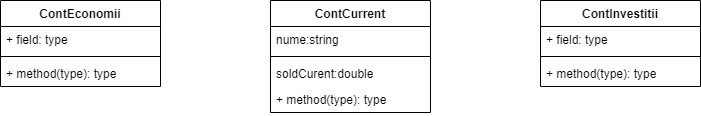
Earlier version of the draw.io export Cont.drawio.png (AdinaSerediuc/Lab6Prob). Source tidied: cells renumbered, new cells last; positions are measured from the earlier drawing's top-left corner, leaving out a move shared by most shapes.
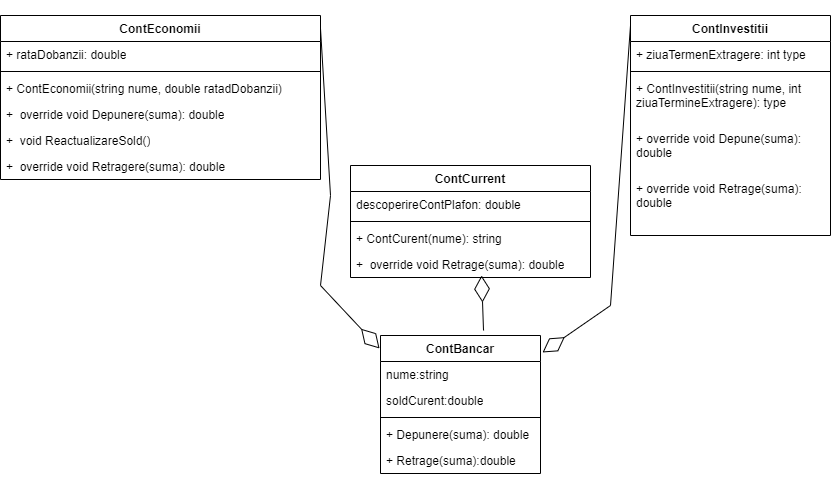
The same file after the commit.

What changed in the source:
```diff
@@ -3,43 +3,96 @@
     <mxCell id="0" />
     <mxCell id="1" parent="0" />
     <mxCell id="2" value="ContEconomii" style="swimlane;fontStyle=1;align=center;verticalAlign=top;horizontal=1;startSize=26;whiteSpace=wrap;html=1;" parent="1" vertex="1">
-      <mxGeometry width="160" height="86" as="geometry" />
+      <mxGeometry x="-50" y="-80" width="320" height="164" as="geometry" />
     </mxCell>
-    <mxCell id="3" value="+ field: type" style="text;strokeColor=none;fillColor=none;align=left;verticalAlign=top;spacingLeft=4;spacingRight=4;overflow=hidden;whiteSpace=wrap;html=1;" parent="2" vertex="1">
-      <mxGeometry y="26" width="160" height="26" as="geometry" />
+    <mxCell id="3" value="+ rataDobanzii: double" style="text;strokeColor=none;fillColor=none;align=left;verticalAlign=top;spacingLeft=4;spacingRight=4;overflow=hidden;whiteSpace=wrap;html=1;" parent="2" vertex="1">
+      <mxGeometry y="26" width="320" height="26" as="geometry" />
     </mxCell>
     <mxCell id="4" style="line;strokeWidth=1;fillColor=none;align=left;verticalAlign=middle;spacingTop=-1;spacingLeft=3;spacingRight=3;labelPosition=right;strokeColor=inherit;" parent="2" vertex="1">
-      <mxGeometry y="52" width="160" height="8" as="geometry" />
+      <mxGeometry y="52" width="320" height="8" as="geometry" />
     </mxCell>
-    <mxCell id="5" value="+ method(type): type" style="text;strokeColor=none;fillColor=none;align=left;verticalAlign=top;spacingLeft=4;spacingRight=4;overflow=hidden;whiteSpace=wrap;html=1;" parent="2" vertex="1">
-      <mxGeometry y="60" width="160" height="26" as="geometry" />
+    <mxCell id="5" value="+ ContEconomii(string nume, double ratadDobanzii)" style="text;strokeColor=none;fillColor=none;align=left;verticalAlign=top;spacingLeft=4;spacingRight=4;overflow=hidden;whiteSpace=wrap;html=1;" parent="2" vertex="1">
+      <mxGeometry y="60" width="320" height="26" as="geometry" />
     </mxCell>
+    <mxCell id="15" value="+&amp;nbsp; override void Depunere(suma): double" style="text;strokeColor=none;fillColor=none;align=left;verticalAlign=top;spacingLeft=4;spacingRight=4;overflow=hidden;whiteSpace=wrap;html=1;" parent="2" vertex="1">
+      <mxGeometry y="86" width="320" height="26" as="geometry" />
+    </mxCell>
+    <mxCell id="16" value="+&amp;nbsp; void ReactualizareSold()" style="text;strokeColor=none;fillColor=none;align=left;verticalAlign=top;spacingLeft=4;spacingRight=4;overflow=hidden;whiteSpace=wrap;html=1;" parent="2" vertex="1">
+      <mxGeometry y="112" width="320" height="26" as="geometry" />
+    </mxCell>
+    <mxCell id="17" value="+&amp;nbsp; override void Retragere(suma): double" style="text;strokeColor=none;fillColor=none;align=left;verticalAlign=top;spacingLeft=4;spacingRight=4;overflow=hidden;whiteSpace=wrap;html=1;" parent="2" vertex="1">
+      <mxGeometry y="138" width="320" height="26" as="geometry" />
+    </mxCell>
     <mxCell id="6" value="ContCurrent" style="swimlane;fontStyle=1;align=center;verticalAlign=top;horizontal=1;startSize=26;whiteSpace=wrap;html=1;" parent="1" vertex="1">
-      <mxGeometry x="270" width="160" height="112" as="geometry" />
+      <mxGeometry x="300" y="70" width="240" height="112" as="geometry" />
     </mxCell>
-    <mxCell id="7" value="nume:string" style="text;strokeColor=none;fillColor=none;align=left;verticalAlign=top;spacingLeft=4;spacingRight=4;overflow=hidden;whiteSpace=wrap;html=1;" parent="6" vertex="1">
-      <mxGeometry y="26" width="160" height="26" as="geometry" />
+    <mxCell id="7" value="descoperireContPlafon: double" style="text;strokeColor=none;fillColor=none;align=left;verticalAlign=top;spacingLeft=4;spacingRight=4;overflow=hidden;whiteSpace=wrap;html=1;" parent="6" vertex="1">
+      <mxGeometry y="26" width="240" height="26" as="geometry" />
     </mxCell>
     <mxCell id="8" style="line;strokeWidth=1;fillColor=none;align=left;verticalAlign=middle;spacingTop=-1;spacingLeft=3;spacingRight=3;labelPosition=right;strokeColor=inherit;" parent="6" vertex="1">
-      <mxGeometry y="52" width="160" height="8" as="geometry" />
+      <mxGeometry y="52" width="240" height="8" as="geometry" />
     </mxCell>
-    <mxCell id="9" value="soldCurent:double" style="text;strokeColor=none;fillColor=none;align=left;verticalAlign=top;spacingLeft=4;spacingRight=4;overflow=hidden;whiteSpace=wrap;html=1;" parent="6" vertex="1">
-      <mxGeometry y="60" width="160" height="26" as="geometry" />
-    </mxCell>
+    <mxCell id="18" value="+ ContCurent(nume): string" style="text;strokeColor=none;fillColor=none;align=left;verticalAlign=top;spacingLeft=4;spacingRight=4;overflow=hidden;whiteSpace=wrap;html=1;" parent="6" vertex="1">
+      <mxGeometry y="60" width="240" height="26" as="geometry" />
+    </mxCell>
-    <mxCell id="10" value="+ method(type): type" style="text;strokeColor=none;fillColor=none;align=left;verticalAlign=top;spacingLeft=4;spacingRight=4;overflow=hidden;whiteSpace=wrap;html=1;" parent="6" vertex="1">
-      <mxGeometry y="86" width="160" height="26" as="geometry" />
+    <mxCell id="10" value="+&amp;nbsp; override void Retrage(suma): double" style="text;strokeColor=none;fillColor=none;align=left;verticalAlign=top;spacingLeft=4;spacingRight=4;overflow=hidden;whiteSpace=wrap;html=1;" parent="6" vertex="1">
+      <mxGeometry y="86" width="240" height="26" as="geometry" />
     </mxCell>
     <mxCell id="11" value="ContInvestitii" style="swimlane;fontStyle=1;align=center;verticalAlign=top;horizontal=1;startSize=26;whiteSpace=wrap;html=1;" parent="1" vertex="1">
-      <mxGeometry x="540" width="160" height="86" as="geometry" />
+      <mxGeometry x="580" y="-80" width="200" height="220" as="geometry" />
     </mxCell>
-    <mxCell id="12" value="+ field: type" style="text;strokeColor=none;fillColor=none;align=left;verticalAlign=top;spacingLeft=4;spacingRight=4;overflow=hidden;whiteSpace=wrap;html=1;" parent="11" vertex="1">
-      <mxGeometry y="26" width="160" height="26" as="geometry" />
+    <mxCell id="12" value="+ ziuaTermenExtragere: int type" style="text;strokeColor=none;fillColor=none;align=left;verticalAlign=top;spacingLeft=4;spacingRight=4;overflow=hidden;whiteSpace=wrap;html=1;" parent="11" vertex="1">
+      <mxGeometry y="26" width="200" height="26" as="geometry" />
     </mxCell>
     <mxCell id="13" style="line;strokeWidth=1;fillColor=none;align=left;verticalAlign=middle;spacingTop=-1;spacingLeft=3;spacingRight=3;labelPosition=right;strokeColor=inherit;" parent="11" vertex="1">
-      <mxGeometry y="52" width="160" height="8" as="geometry" />
+      <mxGeometry y="52" width="200" height="8" as="geometry" />
     </mxCell>
-    <mxCell id="14" value="+ method(type): type" style="text;strokeColor=none;fillColor=none;align=left;verticalAlign=top;spacingLeft=4;spacingRight=4;overflow=hidden;whiteSpace=wrap;html=1;" parent="11" vertex="1">
-      <mxGeometry y="60" width="160" height="26" as="geometry" />
+    <mxCell id="14" value="+ ContInvestitii(string nume, int ziuaTermineExtragere): type" style="text;strokeColor=none;fillColor=none;align=left;verticalAlign=top;spacingLeft=4;spacingRight=4;overflow=hidden;whiteSpace=wrap;html=1;" parent="11" vertex="1">
+      <mxGeometry y="60" width="200" height="50" as="geometry" />
     </mxCell>
+    <mxCell id="19" value="+ override void Depune(suma): double" style="text;strokeColor=none;fillColor=none;align=left;verticalAlign=top;spacingLeft=4;spacingRight=4;overflow=hidden;whiteSpace=wrap;html=1;" parent="11" vertex="1">
+      <mxGeometry y="110" width="200" height="50" as="geometry" />
+    </mxCell>
+    <mxCell id="20" value="+ override void Retrage(suma): double" style="text;strokeColor=none;fillColor=none;align=left;verticalAlign=top;spacingLeft=4;spacingRight=4;overflow=hidden;whiteSpace=wrap;html=1;" parent="11" vertex="1">
+      <mxGeometry y="160" width="200" height="60" as="geometry" />
+    </mxCell>
+    <mxCell id="21" value="ContBancar" style="swimlane;fontStyle=1;align=center;verticalAlign=top;horizontal=1;startSize=26;whiteSpace=wrap;html=1;" parent="1" vertex="1">
+      <mxGeometry x="330" y="240" width="160" height="138" as="geometry" />
+    </mxCell>
+    <mxCell id="22" value="nume:string" style="text;strokeColor=none;fillColor=none;align=left;verticalAlign=top;spacingLeft=4;spacingRight=4;overflow=hidden;whiteSpace=wrap;html=1;" parent="21" vertex="1">
+      <mxGeometry y="26" width="160" height="26" as="geometry" />
+    </mxCell>
+    <mxCell id="9" value="soldCurent:double" style="text;strokeColor=none;fillColor=none;align=left;verticalAlign=top;spacingLeft=4;spacingRight=4;overflow=hidden;whiteSpace=wrap;html=1;" parent="21" vertex="1">
+      <mxGeometry y="52" width="160" height="26" as="geometry" />
+    </mxCell>
+    <mxCell id="23" style="line;strokeWidth=1;fillColor=none;align=left;verticalAlign=middle;spacingTop=-1;spacingLeft=3;spacingRight=3;labelPosition=right;strokeColor=inherit;" parent="21" vertex="1">
+      <mxGeometry y="78" width="160" height="8" as="geometry" />
+    </mxCell>
+    <mxCell id="24" value="+ Depunere(suma): double" style="text;strokeColor=none;fillColor=none;align=left;verticalAlign=top;spacingLeft=4;spacingRight=4;overflow=hidden;whiteSpace=wrap;html=1;" parent="21" vertex="1">
+      <mxGeometry y="86" width="160" height="26" as="geometry" />
+    </mxCell>
+    <mxCell id="25" value="+ Retrage(suma):double" style="text;strokeColor=none;fillColor=none;align=left;verticalAlign=top;spacingLeft=4;spacingRight=4;overflow=hidden;whiteSpace=wrap;html=1;" parent="21" vertex="1">
+      <mxGeometry y="112" width="160" height="26" as="geometry" />
+    </mxCell>
+    <mxCell id="26" style="endArrow=diamondThin;endFill=0;endSize=24;html=1;rounded=0;entryX=0.796;entryY=1.231;entryDx=0;entryDy=0;entryPerimeter=0;exitX=0.644;exitY=-0.036;exitDx=0;exitDy=0;exitPerimeter=0;" parent="1" edge="1" source="21">
+      <mxGeometry relative="1" as="geometry">
+        <mxPoint x="431" y="180" as="targetPoint" />
+      </mxGeometry>
+    </mxCell>
+    <mxCell id="27" style="endArrow=diamondThin;endFill=0;endSize=24;html=1;rounded=0;entryX=-0.006;entryY=0.094;entryDx=0;entryDy=0;entryPerimeter=0;exitX=1;exitY=0.079;exitDx=0;exitDy=0;exitPerimeter=0;" parent="1" edge="1" source="2" target="21">
+      <mxGeometry relative="1" as="geometry">
+        <Array as="points">
+          <mxPoint x="280" y="100" />
+          <mxPoint x="270" y="190" />
+        </Array>
+      </mxGeometry>
+    </mxCell>
+    <mxCell id="28" style="endArrow=diamondThin;endFill=0;endSize=24;html=1;rounded=0;exitX=0;exitY=0.045;exitDx=0;exitDy=0;exitPerimeter=0;entryX=1.013;entryY=0.123;entryDx=0;entryDy=0;entryPerimeter=0;" parent="1" edge="1" source="11" target="21">
+      <mxGeometry relative="1" as="geometry">
+        <Array as="points">
+          <mxPoint x="560" y="210" />
+        </Array>
+      </mxGeometry>
+    </mxCell>
   </root>
 </mxGraphModel>
```
